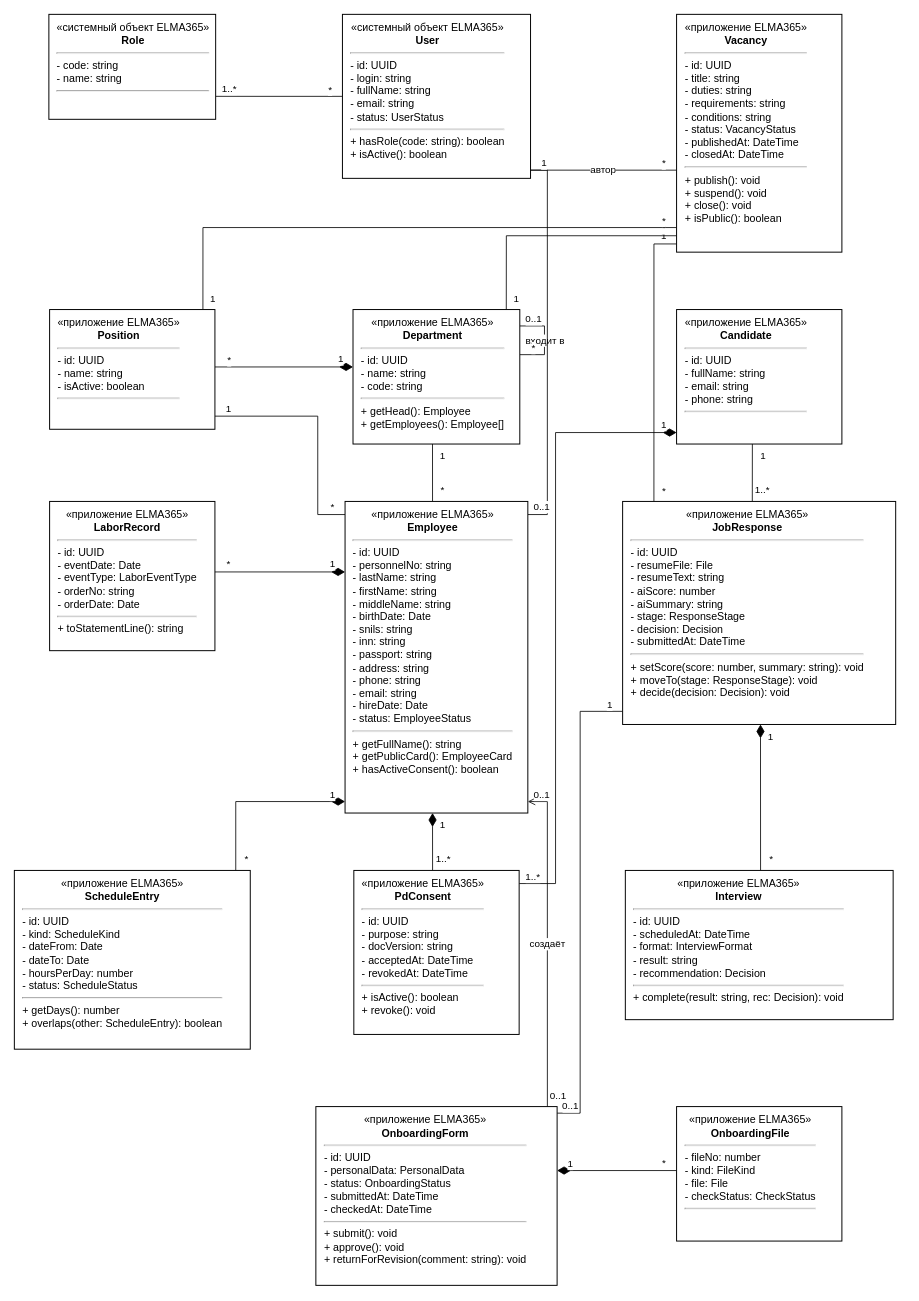
Earlier version of the draw.io diagram docs/диаграммы/drawio/3.1_Классы-сущности_Персонал_и_подбор.drawio (akkixx04/doc_management). Source tidied: cells renumbered, new cells numbered last; positions are measured from the earlier drawing's top-left corner, leaving out a move shared by most shapes. Both pictures are drawn from the tidied source at 82%, with x=0, y=0 at pixel (14, 14).
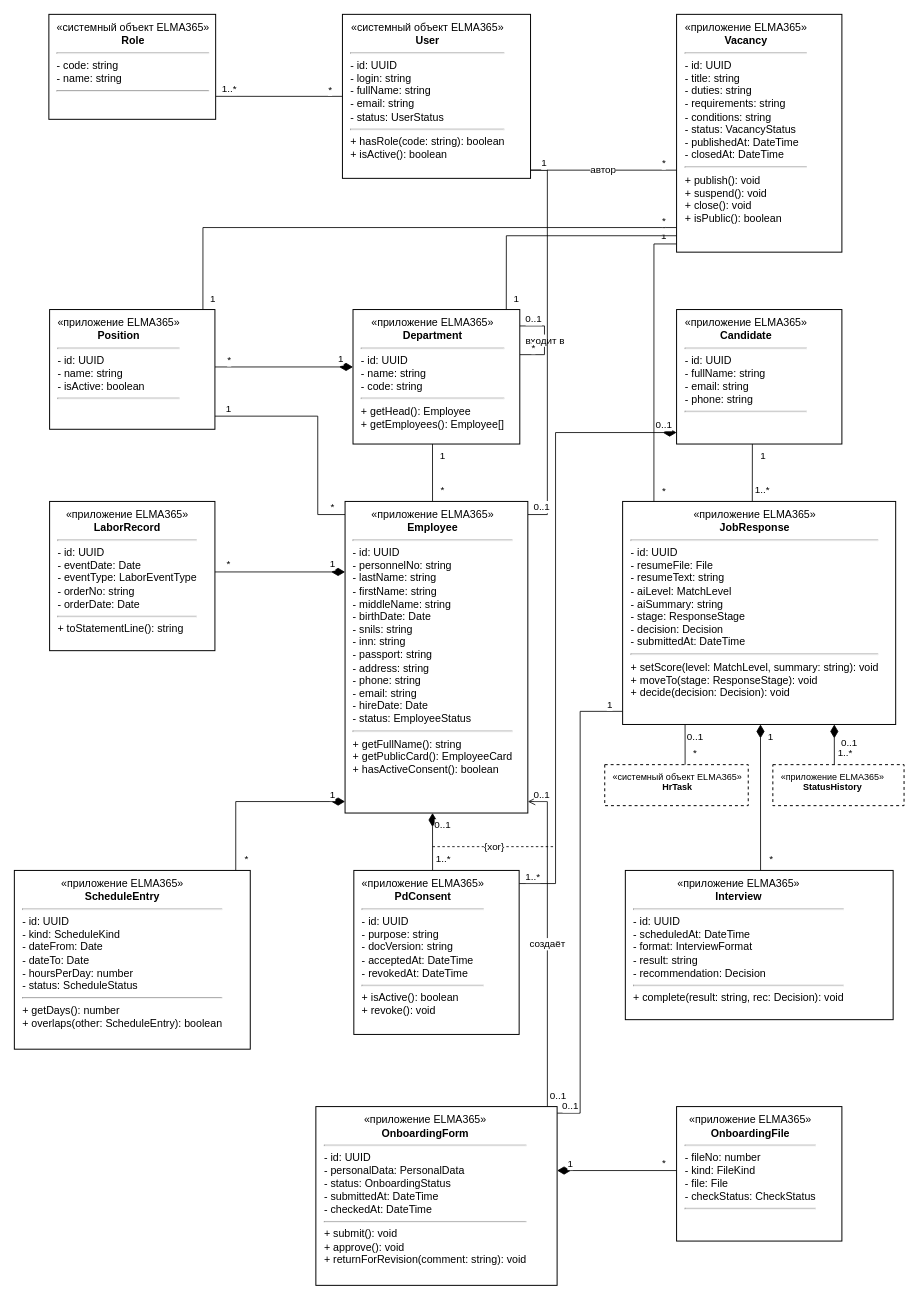
The same page after the edit.

The change refers to these unchanged cells:
```xml
<mxCell id="11" style="edgeStyle=none;html=1;rounded=0;endArrow=block;endFill=1;endSize=7;strokeColor=#000000;strokeWidth=1;fontColor=#000000;fontFamily=Helvetica;startArrow=diamondThin;startFill=1;startSize=14;endArrow=none;fontSize=12;labelBackgroundColor=#ffffff;exitX=0.4786;exitY=1.0000;exitDx=0;exitDy=0;exitPerimeter=0;entryX=0.4764;entryY=0.0000;entryDx=0;entryDy=0;entryPerimeter=0;" parent="1" edge="1" source="28" target="31">
  <mxGeometry relative="1" as="geometry" />
</mxCell>
<mxCell id="18" style="edgeStyle=none;html=1;rounded=0;endArrow=block;endFill=1;endSize=7;strokeColor=#000000;strokeWidth=1;fontColor=#000000;fontFamily=Helvetica;startArrow=diamondThin;startFill=1;startSize=14;endArrow=none;fontSize=12;labelBackgroundColor=#ffffff;exitX=0.0000;exitY=0.9146;exitDx=0;exitDy=0;exitPerimeter=0;entryX=1.0000;entryY=0.0800;entryDx=0;entryDy=0;entryPerimeter=0;" parent="1" edge="1" source="26" target="31">
  <mxGeometry relative="1" as="geometry">
    <Array as="points">
      <mxPoint x="660" y="510" />
      <mxPoint x="660" y="1060" />
    </Array>
  </mxGeometry>
</mxCell>
```

What changed in the source:
```diff
@@
-    <mxCell id="29" value="&lt;div style=&quot;text-align:center&quot;&gt;«приложение ELMA365»&lt;/div&gt;&lt;div style=&quot;text-align:center&quot;&gt;&lt;b&gt;JobResponse&lt;/b&gt;&lt;/div&gt;&lt;hr&gt;- id: UUID&lt;br&gt;- resumeFile: File&lt;br&gt;- resumeText: string&lt;br&gt;- aiScore: number&lt;br&gt;- aiSummary: string&lt;br&gt;- stage: ResponseStage&lt;br&gt;- decision: Decision&lt;br&gt;- submittedAt: DateTime&lt;hr&gt;+ setScore(score: number, summary: string): void&lt;br&gt;+ moveTo(stage: ResponseStage): void&lt;br&gt;+ decide(decision: Decision): void" style="html=1;whiteSpace=wrap;align=left;verticalAlign=top;spacingLeft=8;spacingRight=6;spacingTop=2;fontSize=13;strokeColor=#000000;strokeWidth=1.2;fillColor=#ffffff;fontColor=#000000;fontFamily=Helvetica;rounded=0;" parent="1" vertex="1">
+    <mxCell id="29" value="&lt;div style=&quot;text-align:center&quot;&gt;«приложение ELMA365»&lt;/div&gt;&lt;div style=&quot;text-align:center&quot;&gt;&lt;b&gt;JobResponse&lt;/b&gt;&lt;/div&gt;&lt;hr&gt;- id: UUID&lt;br&gt;- resumeFile: File&lt;br&gt;- resumeText: string&lt;br&gt;- aiLevel: MatchLevel&lt;br&gt;- aiSummary: string&lt;br&gt;- stage: ResponseStage&lt;br&gt;- decision: Decision&lt;br&gt;- submittedAt: DateTime&lt;hr&gt;+ setScore(level: MatchLevel, summary: string): void&lt;br&gt;+ moveTo(stage: ResponseStage): void&lt;br&gt;+ decide(decision: Decision): void" style="html=1;whiteSpace=wrap;align=left;verticalAlign=top;spacingLeft=8;spacingRight=6;spacingTop=2;fontSize=13;strokeColor=#000000;strokeWidth=1.2;fillColor=#ffffff;fontColor=#000000;fontFamily=Helvetica;rounded=0;" parent="1" vertex="1">
       <mxGeometry x="741.8" y="594" width="333" height="272" as="geometry" />
     </mxCell>
@@
-    <mxCell id="53" value="1" style="edgeLabel;html=1;align=center;verticalAlign=middle;fontSize=12;fontStyle=0;labelBackgroundColor=#ffffff;fontColor=#000000;fontFamily=Helvetica;" parent="11" vertex="1">
+    <mxCell id="53" value="0..1" style="edgeLabel;html=1;align=center;verticalAlign=middle;fontSize=12;fontStyle=0;labelBackgroundColor=#ffffff;fontColor=#000000;fontFamily=Helvetica;" parent="11" vertex="1">
       <mxGeometry x="-1" relative="1" as="geometry">
         <mxPoint x="12" y="14" as="offset" />
       </mxGeometry>
     </mxCell>
@@
-    <mxCell id="67" value="1" style="edgeLabel;html=1;align=center;verticalAlign=middle;fontSize=12;fontStyle=0;labelBackgroundColor=#ffffff;fontColor=#000000;fontFamily=Helvetica;" parent="18" vertex="1">
+    <mxCell id="67" value="0..1" style="edgeLabel;html=1;align=center;verticalAlign=middle;fontSize=12;fontStyle=0;labelBackgroundColor=#ffffff;fontColor=#000000;fontFamily=Helvetica;" parent="18" vertex="1">
       <mxGeometry x="-1" relative="1" as="geometry">
         <mxPoint x="-16" y="-9" as="offset" />
       </mxGeometry>
     </mxCell>
@@
+    <mxCell id="73" value="&lt;div style=&quot;text-align:center&quot;&gt;«системный объект ELMA365»&lt;/div&gt;&lt;div style=&quot;text-align:center&quot;&gt;&lt;b&gt;HrTask&lt;/b&gt;&lt;/div&gt;" style="html=1;whiteSpace=wrap;align=left;verticalAlign=top;spacingLeft=8;spacingRight=6;spacingTop=2;fontSize=13;strokeColor=#000000;strokeWidth=1.2;fillColor=#ffffff;fontColor=#000000;fontFamily=Helvetica;rounded=0;dashed=1;fontSize=11;" parent="1" vertex="1">
+      <mxGeometry x="720" y="915" width="175" height="50" as="geometry" />
+    </mxCell>
+    <mxCell id="74" value="&lt;div style=&quot;text-align:center&quot;&gt;«приложение ELMA365»&lt;/div&gt;&lt;div style=&quot;text-align:center&quot;&gt;&lt;b&gt;StatusHistory&lt;/b&gt;&lt;/div&gt;" style="html=1;whiteSpace=wrap;align=left;verticalAlign=top;spacingLeft=8;spacingRight=6;spacingTop=2;fontSize=13;strokeColor=#000000;strokeWidth=1.2;fillColor=#ffffff;fontColor=#000000;fontFamily=Helvetica;rounded=0;dashed=1;fontSize=11;" parent="1" vertex="1">
+      <mxGeometry x="925" y="915" width="160" height="50" as="geometry" />
+    </mxCell>
+    <mxCell id="75" style="edgeStyle=none;html=1;rounded=0;strokeColor=#000000;strokeWidth=1;fontColor=#000000;fontFamily=Helvetica;fontSize=12;labelBackgroundColor=#ffffff;endArrow=none;startArrow=none;exitX=0.2287;exitY=1.0000;exitDx=0;exitDy=0;exitPerimeter=0;entryX=0.5600;entryY=0.0000;entryDx=0;entryDy=0;entryPerimeter=0;" parent="1" edge="1" source="29" target="73">
+      <mxGeometry relative="1" as="geometry" />
+    </mxCell>
+    <mxCell id="76" value="0..1" style="edgeLabel;html=1;align=center;verticalAlign=middle;fontSize=12;fontStyle=0;labelBackgroundColor=#ffffff;fontColor=#000000;fontFamily=Helvetica;" parent="75" vertex="1">
+      <mxGeometry x="-1" relative="1" as="geometry">
+        <mxPoint x="12" y="14" as="offset" />
+      </mxGeometry>
+    </mxCell>
+    <mxCell id="77" value="*" style="edgeLabel;html=1;align=center;verticalAlign=middle;fontSize=12;fontStyle=0;labelBackgroundColor=#ffffff;fontColor=#000000;fontFamily=Helvetica;" parent="75" vertex="1">
+      <mxGeometry x="1" relative="1" as="geometry">
+        <mxPoint x="12" y="-14" as="offset" />
+      </mxGeometry>
+    </mxCell>
+    <mxCell id="78" style="edgeStyle=none;html=1;rounded=0;strokeColor=#000000;strokeWidth=1;fontColor=#000000;fontFamily=Helvetica;fontSize=12;labelBackgroundColor=#ffffff;startArrow=diamondThin;startFill=1;startSize=14;endArrow=none;exitX=0.7752;exitY=1.0000;exitDx=0;exitDy=0;exitPerimeter=0;entryX=0.4688;entryY=0.0000;entryDx=0;entryDy=0;entryPerimeter=0;" parent="1" edge="1" source="29" target="74">
+      <mxGeometry relative="1" as="geometry" />
+    </mxCell>
+    <mxCell id="79" value="0..1" style="edgeLabel;html=1;align=center;verticalAlign=middle;fontSize=12;fontStyle=0;labelBackgroundColor=#ffffff;fontColor=#000000;fontFamily=Helvetica;" parent="78" vertex="1">
+      <mxGeometry x="-1" relative="1" as="geometry">
+        <mxPoint x="18" y="22" as="offset" />
+      </mxGeometry>
+    </mxCell>
+    <mxCell id="80" value="1..*" style="edgeLabel;html=1;align=center;verticalAlign=middle;fontSize=12;fontStyle=0;labelBackgroundColor=#ffffff;fontColor=#000000;fontFamily=Helvetica;" parent="78" vertex="1">
+      <mxGeometry x="1" relative="1" as="geometry">
+        <mxPoint x="12" y="-14" as="offset" />
+      </mxGeometry>
+    </mxCell>
+    <mxCell id="81" value="{xor}" style="edgeStyle=none;html=1;rounded=0;strokeColor=#000000;strokeWidth=1;fontColor=#000000;fontFamily=Helvetica;fontSize=12;labelBackgroundColor=#ffffff;endArrow=none;startArrow=none;dashed=1;" parent="1" edge="1">
+      <mxGeometry relative="1" as="geometry">
+        <mxPoint x="510" y="1015" as="sourcePoint" />
+        <mxPoint x="660" y="1015" as="targetPoint" />
+      </mxGeometry>
+    </mxCell>
```
